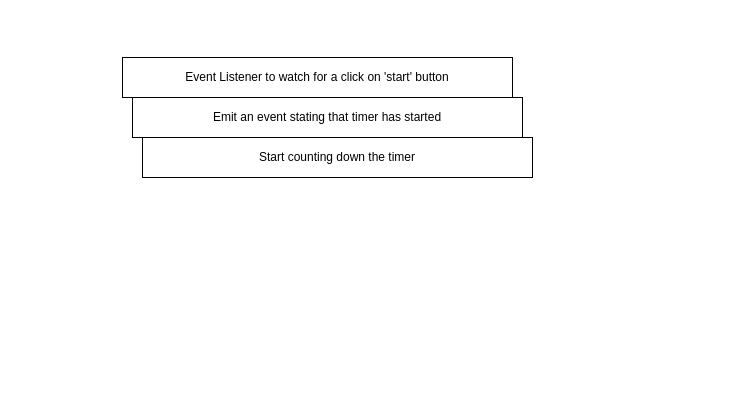
The draw.io diagram Untitled Diagram.drawio in AysunItai/JavaScriptClass, before the edit. Source tidied: cells renumbered, new cells numbered last; positions are measured from the earlier drawing's top-left corner, leaving out a move shared by most shapes. Both pictures are drawn from the tidied source at 100%, with x=0, y=0 at pixel (122, 57).
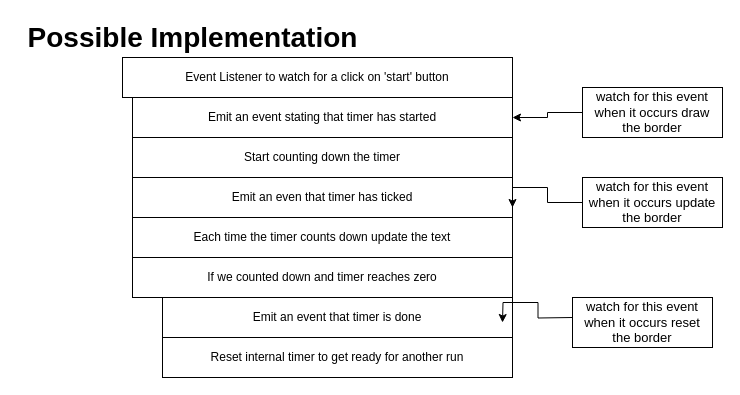
The same diagram, later.

Change to the diagram source:
```diff
@@
     <mxCell id="3" value="Emit an event stating that timer has started" style="rounded=0;whiteSpace=wrap;html=1;" parent="1" vertex="1">
-      <mxGeometry x="10" y="40" width="390" height="40" as="geometry" />
+      <mxGeometry x="10" y="40" width="380" height="40" as="geometry" />
     </mxCell>
     <mxCell id="4" value="Start counting down the timer" style="rounded=0;whiteSpace=wrap;html=1;" parent="1" vertex="1">
-      <mxGeometry x="20" y="80" width="390" height="40" as="geometry" />
+      <mxGeometry x="10" y="80" width="380" height="40" as="geometry" />
     </mxCell>
+    <mxCell id="5" value="Emit an even that timer has ticked" style="rounded=0;whiteSpace=wrap;html=1;" parent="1" vertex="1">
+      <mxGeometry x="10" y="120" width="380" height="40" as="geometry" />
+    </mxCell>
+    <mxCell id="6" value="Each time the timer counts down update the text" style="rounded=0;whiteSpace=wrap;html=1;" parent="1" vertex="1">
+      <mxGeometry x="10" y="160" width="380" height="40" as="geometry" />
+    </mxCell>
+    <mxCell id="7" value="If we counted down and timer reaches zero" style="rounded=0;whiteSpace=wrap;html=1;" parent="1" vertex="1">
+      <mxGeometry x="10" y="200" width="380" height="40" as="geometry" />
+    </mxCell>
+    <mxCell id="8" value="Emit an event that timer is done" style="rounded=0;whiteSpace=wrap;html=1;" parent="1" vertex="1">
+      <mxGeometry x="40" y="240" width="350" height="40" as="geometry" />
+    </mxCell>
+    <mxCell id="9" value="Reset internal timer to get ready for another run" style="rounded=0;whiteSpace=wrap;html=1;" parent="1" vertex="1">
+      <mxGeometry x="40" y="280" width="350" height="40" as="geometry" />
+    </mxCell>
+    <mxCell id="10" value="Possible Implementation" style="text;html=1;align=center;verticalAlign=middle;strokeColor=none;fillColor=none;fontStyle=1;fontSize=28;" parent="1" vertex="1">
+      <mxGeometry x="-105" y="-40" width="350" height="40" as="geometry" />
+    </mxCell>
+    <mxCell id="11" style="edgeStyle=orthogonalEdgeStyle;rounded=0;jettySize=auto;html=1;fontSize=13;entryX=1;entryY=0.5;entryDx=0;entryDy=0;" parent="1" edge="1" source="12" target="3">
+      <mxGeometry relative="1" as="geometry" />
+    </mxCell>
+    <mxCell id="12" value="watch for this event&lt;br&gt;when it occurs draw&lt;br&gt;the border" style="rounded=0;whiteSpace=wrap;html=1;fontSize=13;" parent="1" vertex="1">
+      <mxGeometry x="460" y="30" width="140" height="50" as="geometry" />
+    </mxCell>
+    <mxCell id="13" value="watch for this event&lt;br&gt;when it occurs update&lt;br&gt;the border" style="rounded=0;whiteSpace=wrap;html=1;fontSize=13;" parent="1" vertex="1">
+      <mxGeometry x="460" y="120" width="140" height="50" as="geometry" />
+    </mxCell>
+    <mxCell id="14" style="edgeStyle=orthogonalEdgeStyle;rounded=0;orthogonalLoop=1;jettySize=auto;html=1;fontSize=13;entryX=1;entryY=0.5;entryDx=0;entryDy=0;" parent="1" edge="1">
+      <mxGeometry relative="1" as="geometry">
+        <mxPoint x="460" y="145" as="sourcePoint" />
+        <mxPoint x="390" y="150" as="targetPoint" />
+        <Array as="points">
+          <mxPoint x="425" y="145" />
+          <mxPoint x="425" y="130" />
+          <mxPoint x="390" y="130" />
+        </Array>
+      </mxGeometry>
+    </mxCell>
+    <mxCell id="15" style="edgeStyle=orthogonalEdgeStyle;rounded=0;orthogonalLoop=1;jettySize=auto;html=1;fontSize=13;entryX=1;entryY=0.5;entryDx=0;entryDy=0;" parent="1" edge="1">
+      <mxGeometry relative="1" as="geometry">
+        <mxPoint x="450" y="260" as="sourcePoint" />
+        <mxPoint x="380" y="265" as="targetPoint" />
+      </mxGeometry>
+    </mxCell>
+    <mxCell id="16" value="watch for this event&lt;br&gt;when it occurs reset&lt;br&gt;the border" style="rounded=0;whiteSpace=wrap;html=1;fontSize=13;" parent="1" vertex="1">
+      <mxGeometry x="450" y="240" width="140" height="50" as="geometry" />
+    </mxCell>
```
